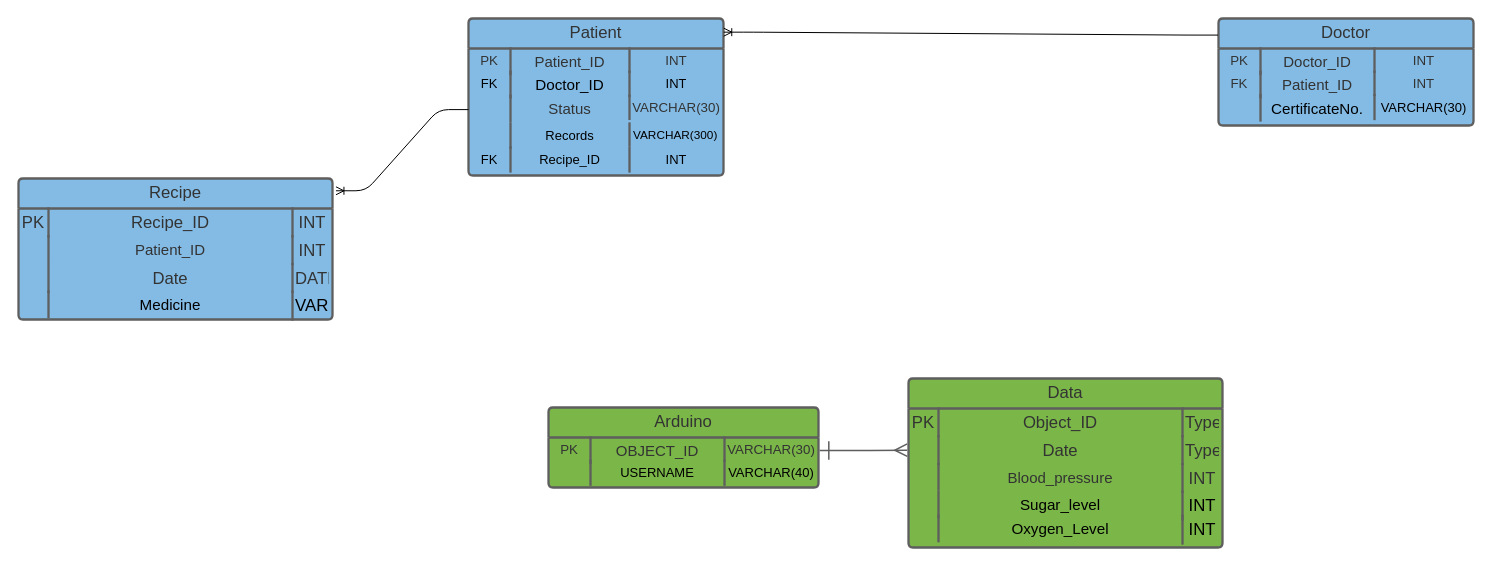
Earlier version of the draw.io diagram Untitled Diagram.drawio (HostVital-IoT/BackEnd). Source tidied: cells renumbered, new cells numbered last; positions are measured from the earlier drawing's top-left corner, leaving out a move shared by most shapes. Both pictures are drawn from the tidied source at 100%, with x=0, y=0 at pixel (18, 18).
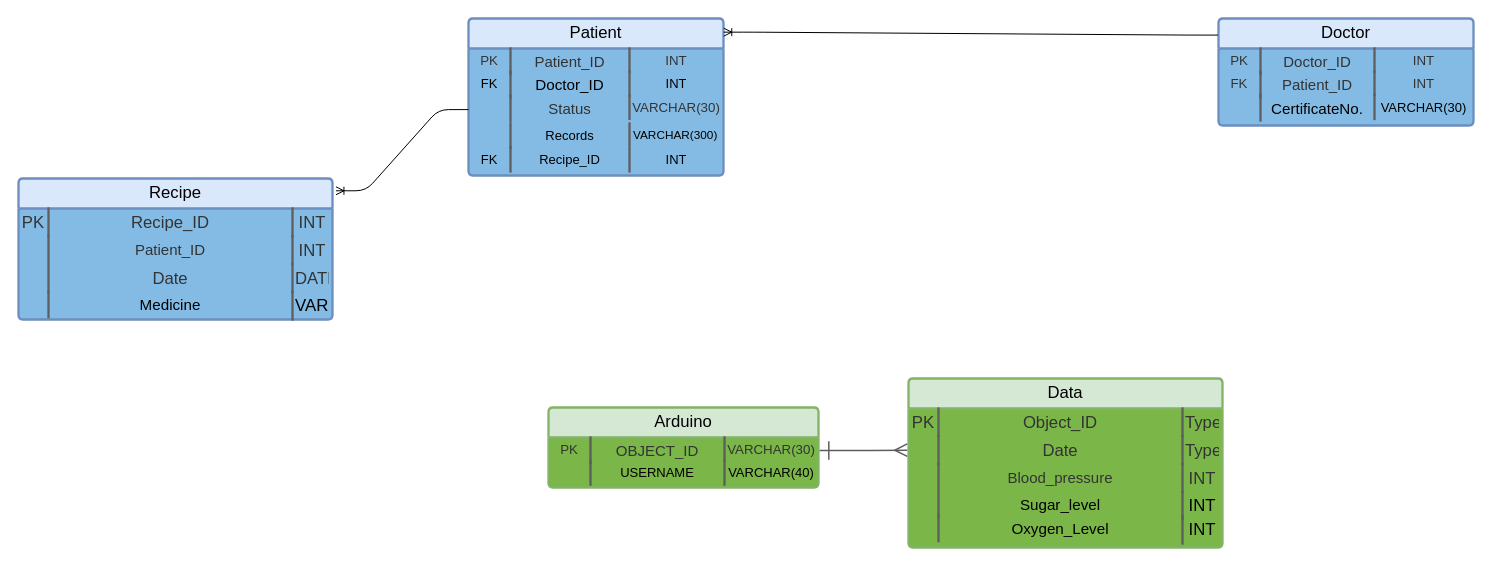
The same page after the edit.

Commit message:
colors for the charts

The edit, as a diff of the source:
```diff
@@
-    <mxCell id="2" value="Patient" style="html=1;overflow=block;blockSpacing=1;whiteSpace=wrap;swimlane;fontStyle=0;swimlaneFillColor=#83bbe5;startSize=30;whiteSpace=wrap;fontSize=16.7;fontColor=#333333;align=center;fillColor=#83bbe5;whiteSpace=wrap;spacing=0;strokeColor=#5e5e5e;strokeOpacity=100;fillOpacity=100;rounded=1;absoluteArcSize=1;arcSize=9;strokeWidth=2.3;" parent="1" vertex="1">
+    <mxCell id="2" value="Patient" style="html=1;overflow=block;blockSpacing=1;whiteSpace=wrap;swimlane;fontStyle=0;swimlaneFillColor=#83bbe5;startSize=30;whiteSpace=wrap;fontSize=16.7;align=center;fillColor=#dae8fc;whiteSpace=wrap;spacing=0;strokeColor=#6c8ebf;strokeOpacity=100;fillOpacity=100;rounded=1;absoluteArcSize=1;arcSize=9;strokeWidth=2.3;" parent="1" vertex="1">
       <mxGeometry x="450" width="255" height="157" as="geometry" />
     </mxCell>
@@
-    <mxCell id="18" value="Doctor" style="html=1;overflow=block;blockSpacing=1;whiteSpace=wrap;swimlane;fontStyle=0;swimlaneFillColor=#83bbe5;startSize=30;whiteSpace=wrap;fontSize=16.7;fontColor=#333333;align=center;fillColor=#83bbe5;whiteSpace=wrap;spacing=0;strokeColor=#5e5e5e;strokeOpacity=100;fillOpacity=100;rounded=1;absoluteArcSize=1;arcSize=9;strokeWidth=2.3;" parent="1" vertex="1">
+    <mxCell id="18" value="Doctor" style="html=1;overflow=block;blockSpacing=1;whiteSpace=wrap;swimlane;fontStyle=0;swimlaneFillColor=#83bbe5;startSize=30;whiteSpace=wrap;fontSize=16.7;align=center;fillColor=#dae8fc;whiteSpace=wrap;spacing=0;strokeColor=#6c8ebf;strokeOpacity=100;fillOpacity=100;rounded=1;absoluteArcSize=1;arcSize=9;strokeWidth=2.3;" parent="1" vertex="1">
       <mxGeometry x="1200" width="255" height="107" as="geometry" />
     </mxCell>
@@
-    <mxCell id="29" value="Arduino" style="html=1;overflow=block;blockSpacing=1;whiteSpace=wrap;swimlane;fontStyle=0;swimlaneFillColor=#7ab648;startSize=30;whiteSpace=wrap;fontSize=16.7;fontColor=#333333;align=center;fillColor=#7ab648;whiteSpace=wrap;spacing=0;strokeColor=#5e5e5e;strokeOpacity=100;fillOpacity=100;rounded=1;absoluteArcSize=1;arcSize=9;strokeWidth=2.3;" parent="1" vertex="1">
+    <mxCell id="29" value="Arduino" style="html=1;overflow=block;blockSpacing=1;whiteSpace=wrap;swimlane;fontStyle=0;swimlaneFillColor=#7ab648;startSize=30;whiteSpace=wrap;fontSize=16.7;align=center;fillColor=#d5e8d4;whiteSpace=wrap;spacing=0;strokeColor=#82b366;strokeOpacity=100;fillOpacity=100;rounded=1;absoluteArcSize=1;arcSize=9;strokeWidth=2.3;" parent="1" vertex="1">
       <mxGeometry x="530" y="389" width="270" height="80" as="geometry" />
     </mxCell>
@@
-    <mxCell id="36" value="Data" style="html=1;overflow=block;blockSpacing=1;whiteSpace=wrap;swimlane;fontStyle=0;swimlaneFillColor=#7ab648;startSize=30;whiteSpace=wrap;fontSize=16.7;fontColor=#333333;align=center;fillColor=#7ab648;whiteSpace=wrap;spacing=0;strokeColor=#5e5e5e;strokeOpacity=100;fillOpacity=100;rounded=1;absoluteArcSize=1;arcSize=9;strokeWidth=2.3;" parent="1" vertex="1">
+    <mxCell id="36" value="Data" style="html=1;overflow=block;blockSpacing=1;whiteSpace=wrap;swimlane;fontStyle=0;swimlaneFillColor=#7ab648;startSize=30;whiteSpace=wrap;fontSize=16.7;align=center;fillColor=#d5e8d4;whiteSpace=wrap;spacing=0;strokeColor=#82b366;strokeOpacity=100;fillOpacity=100;rounded=1;absoluteArcSize=1;arcSize=9;strokeWidth=2.3;" parent="1" vertex="1">
       <mxGeometry x="890" y="360" width="314" height="169" as="geometry" />
     </mxCell>
@@
-    <mxCell id="53" value="Recipe" style="html=1;overflow=block;blockSpacing=1;whiteSpace=wrap;swimlane;fontStyle=0;swimlaneFillColor=#83bbe5;startSize=30;whiteSpace=wrap;fontSize=16.7;fontColor=#333333;align=center;fillColor=#83bbe5;whiteSpace=wrap;spacing=0;strokeColor=#5e5e5e;strokeOpacity=100;fillOpacity=100;rounded=1;absoluteArcSize=1;arcSize=9;strokeWidth=2.3;" parent="1" vertex="1">
+    <mxCell id="53" value="Recipe" style="html=1;overflow=block;blockSpacing=1;whiteSpace=wrap;swimlane;fontStyle=0;swimlaneFillColor=#83bbe5;startSize=30;whiteSpace=wrap;fontSize=16.7;align=center;fillColor=#dae8fc;whiteSpace=wrap;spacing=0;strokeColor=#6c8ebf;strokeOpacity=100;fillOpacity=100;rounded=1;absoluteArcSize=1;arcSize=9;strokeWidth=2.3;" parent="1" vertex="1">
       <mxGeometry y="160" width="314" height="141" as="geometry" />
     </mxCell>
```
